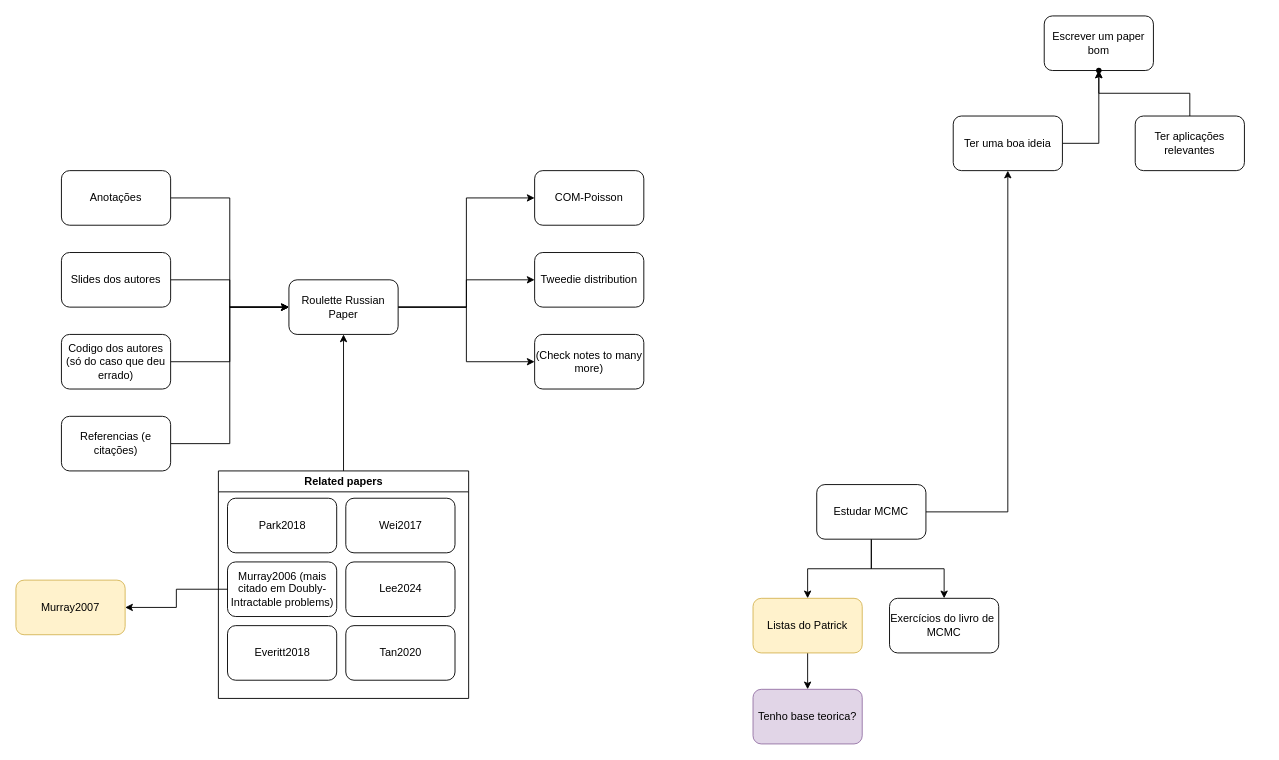
This is Untitled Diagram.drawio from wellington36/beginner, a draw.io file, before an edit. Source tidied: cells renumbered, new cells numbered last; positions are measured from the earlier drawing's top-left corner, leaving out a move shared by most shapes. Both pictures are drawn from the tidied source at 91%, with x=0, y=0 at pixel (15, 15).
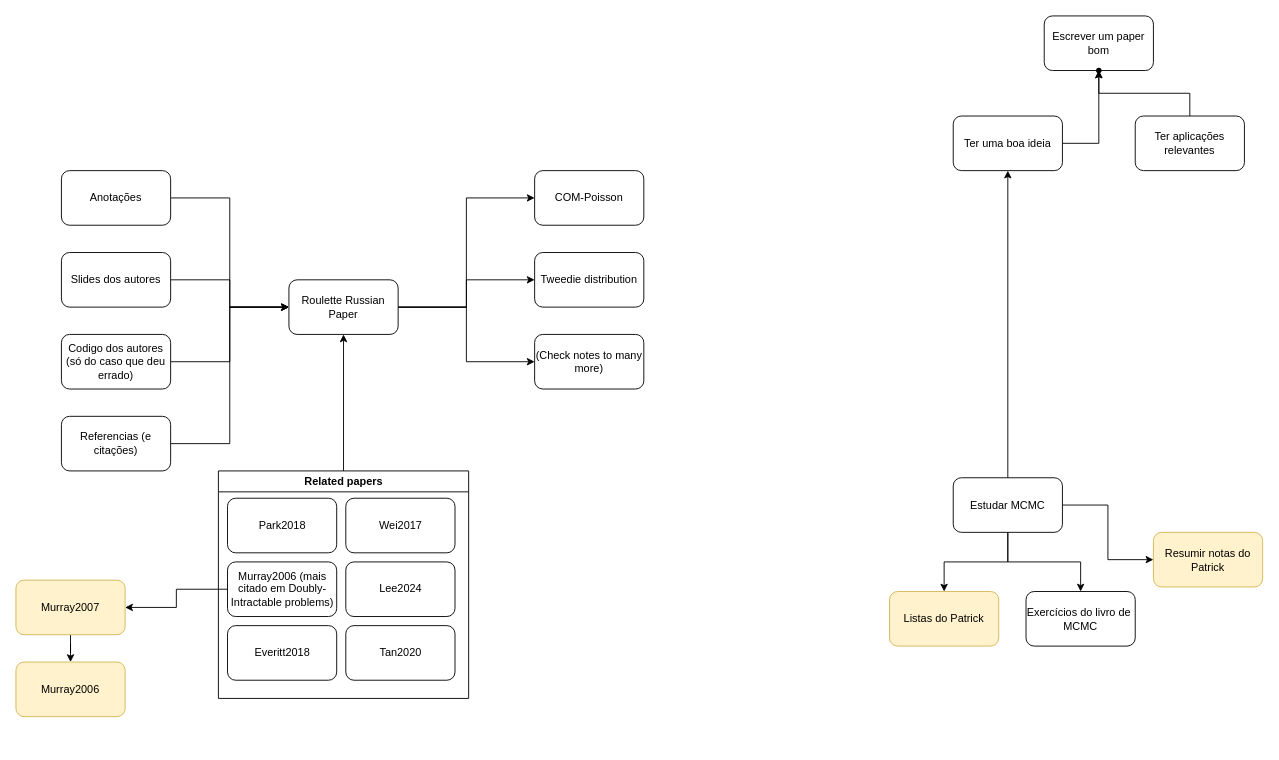
The same diagram, later.

Unchanged cells that the change refers to:
```xml
<mxCell id="38" value="Murray2007" style="whiteSpace=wrap;html=1;rounded=1;fillColor=#fff2cc;strokeColor=#d6b656;" parent="1" vertex="1">
  <mxGeometry y="620" width="120" height="60" as="geometry" />
</mxCell>
```

Diff of the diagram source:
```diff
@@
+    <mxCell id="41" style="edgeStyle=orthogonalEdgeStyle;rounded=0;jettySize=auto;html=1;entryX=0;entryY=0.5;entryDx=0;entryDy=0;" parent="1" edge="1" source="7" target="43">
+      <mxGeometry relative="1" as="geometry" />
+    </mxCell>
     <mxCell id="7" value="Estudar MCMC" style="rounded=1;whiteSpace=wrap;html=1;" parent="1" vertex="1">
-      <mxGeometry x="880" y="515" width="120" height="60" as="geometry" />
+      <mxGeometry x="1030" y="507.5" width="120" height="60" as="geometry" />
     </mxCell>
-    <mxCell id="8" style="edgeStyle=orthogonalEdgeStyle;rounded=0;jettySize=auto;html=1;" parent="1" edge="1" source="9" target="11">
-      <mxGeometry relative="1" as="geometry" />
-    </mxCell>
     <mxCell id="9" value="Listas do Patrick" style="whiteSpace=wrap;html=1;rounded=1;fillColor=#fff2cc;strokeColor=#d6b656;" parent="1" vertex="1">
-      <mxGeometry x="810" y="640" width="120" height="60" as="geometry" />
+      <mxGeometry x="960" y="632.5" width="120" height="60" as="geometry" />
     </mxCell>
     <mxCell id="10" value="Exercícios do livro de&amp;nbsp;&lt;div&gt;MCMC&lt;/div&gt;" style="whiteSpace=wrap;html=1;rounded=1;" parent="1" vertex="1">
-      <mxGeometry x="960" y="640" width="120" height="60" as="geometry" />
+      <mxGeometry x="1110" y="632.5" width="120" height="60" as="geometry" />
     </mxCell>
-    <mxCell id="11" value="Tenho base teorica?" style="whiteSpace=wrap;html=1;fillColor=#e1d5e7;strokeColor=#9673a6;rounded=1;" parent="1" vertex="1">
-      <mxGeometry x="810" y="740" width="120" height="60" as="geometry" />
-    </mxCell>
@@
+    <mxCell id="42" style="edgeStyle=orthogonalEdgeStyle;rounded=0;jettySize=auto;html=1;" parent="1" edge="1" source="38" target="44">
+      <mxGeometry relative="1" as="geometry" />
+    </mxCell>
@@
+    <mxCell id="43" value="Resumir notas do Patrick" style="rounded=1;whiteSpace=wrap;html=1;fillColor=#fff2cc;strokeColor=#d6b656;" parent="1" vertex="1">
+      <mxGeometry x="1250" y="567.5" width="120" height="60" as="geometry" />
+    </mxCell>
+    <mxCell id="44" value="Murray2006" style="whiteSpace=wrap;html=1;fillColor=#fff2cc;strokeColor=#d6b656;rounded=1;" parent="1" vertex="1">
+      <mxGeometry y="710" width="120" height="60" as="geometry" />
+    </mxCell>
```
